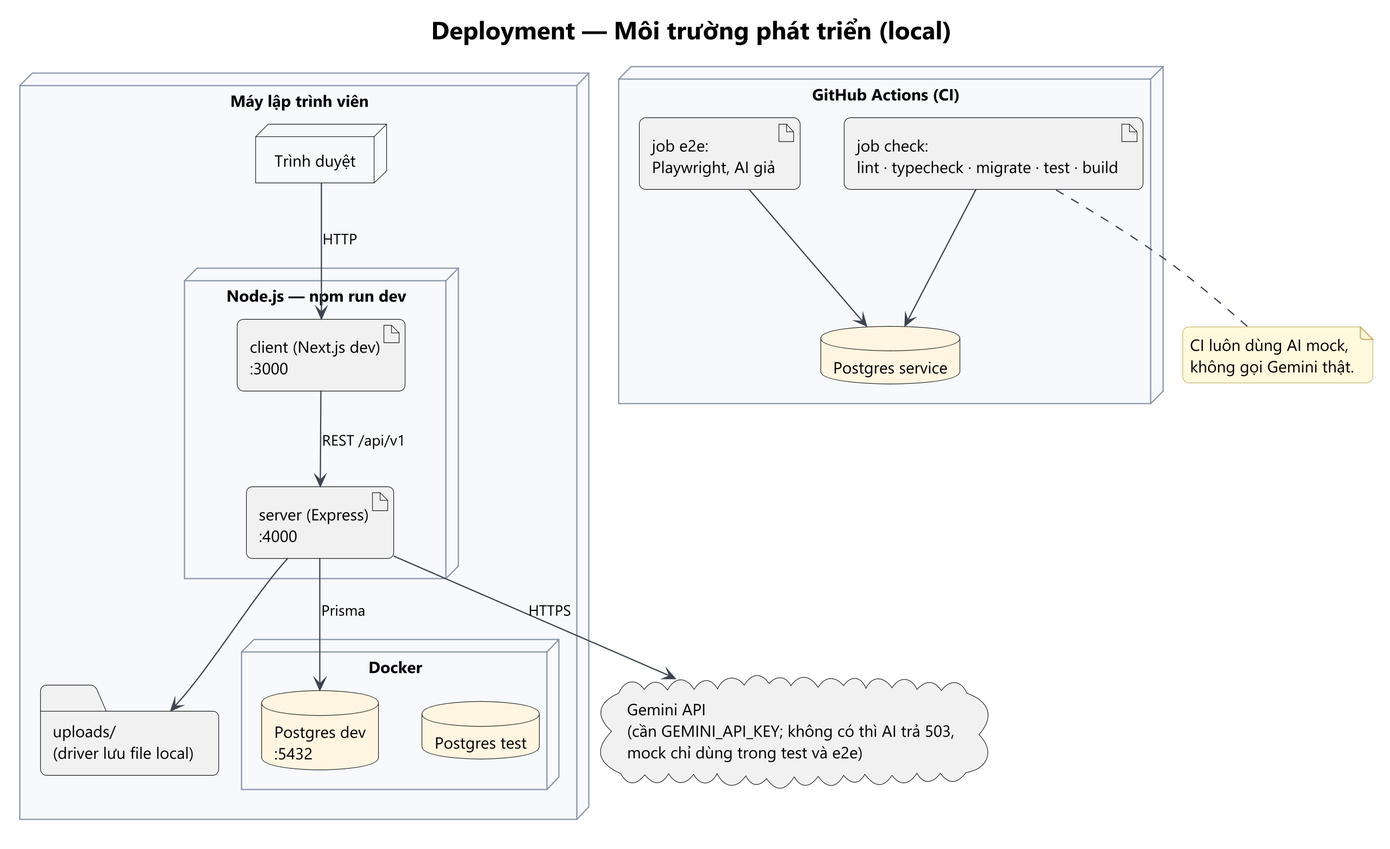
Earlier version of the PlantUML export Analysis_Design/06_Architecture/arc-02-deployment-local.png (Ac-2836/WebDev-FinalProject-LinMaster). The source it was exported from:
```plantuml
@startuml arc-02-deployment-local
!include ../_style.iuml
title Deployment — Môi trường phát triển (local)
node "Máy lập trình viên" {
  node "Trình duyệt" as B
  node "Node.js — npm run dev" {
    artifact "client (Next.js dev)\n:3000" as C
    artifact "server (Express)\n:4000" as S
  }
  folder "uploads/\n(driver lưu file local)" as UP
  node "Docker" {
    database "Postgres dev\n:5432" as PG
    database "Postgres test" as PGT
  }
}
cloud "Gemini API\n(cần GEMINI_API_KEY; không có thì AI trả 503,\nmock chỉ dùng trong test và e2e)" as AI
node "GitHub Actions (CI)" {
  artifact "job check:\nlint · typecheck · migrate · test · build" as CI
  artifact "job e2e:\nPlaywright, AI giả" as CIE
  database "Postgres service" as PGCI
}
B --> C : HTTP
C --> S : REST /api/v1
S --> PG : Prisma
S --> UP
S --> AI : HTTPS
CI --> PGCI
CIE --> PGCI
note bottom of CI
  CI luôn dùng AI mock,
  không gọi Gemini thật.
end note
@enduml
```
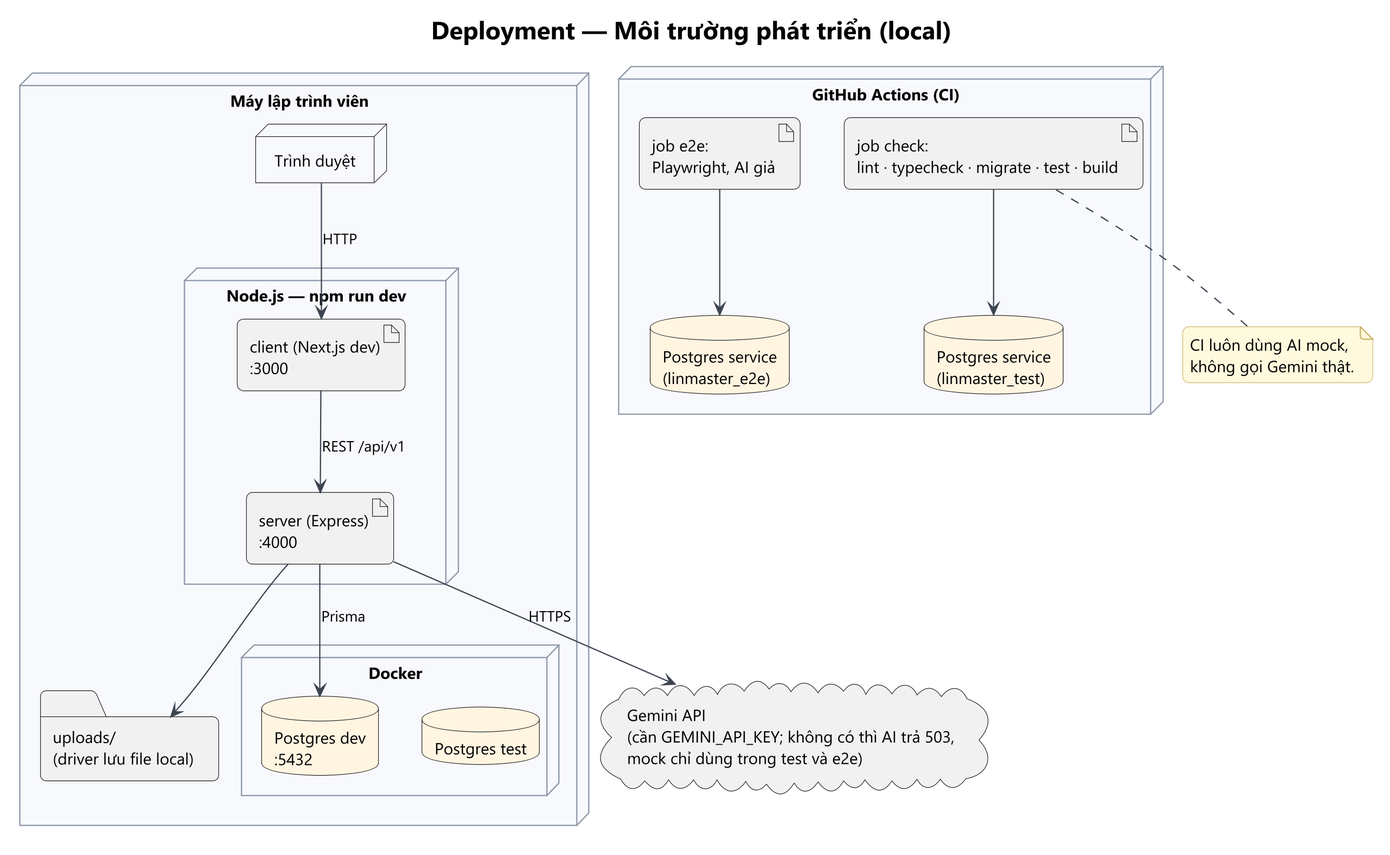
The same file after the commit.

Change to the diagram source:
```diff
@@ -17,7 +17,8 @@
 node "GitHub Actions (CI)" {
   artifact "job check:\nlint · typecheck · migrate · test · build" as CI
   artifact "job e2e:\nPlaywright, AI giả" as CIE
-  database "Postgres service" as PGCI
+  database "Postgres service\n(linmaster_test)" as PGCI
+  database "Postgres service\n(linmaster_e2e)" as PGE
 }
 B --> C : HTTP
 C --> S : REST /api/v1
@@ -25,7 +26,7 @@
 S --> UP
 S --> AI : HTTPS
 CI --> PGCI
-CIE --> PGCI
+CIE --> PGE
 note bottom of CI
   CI luôn dùng AI mock,
   không gọi Gemini thật.
```
